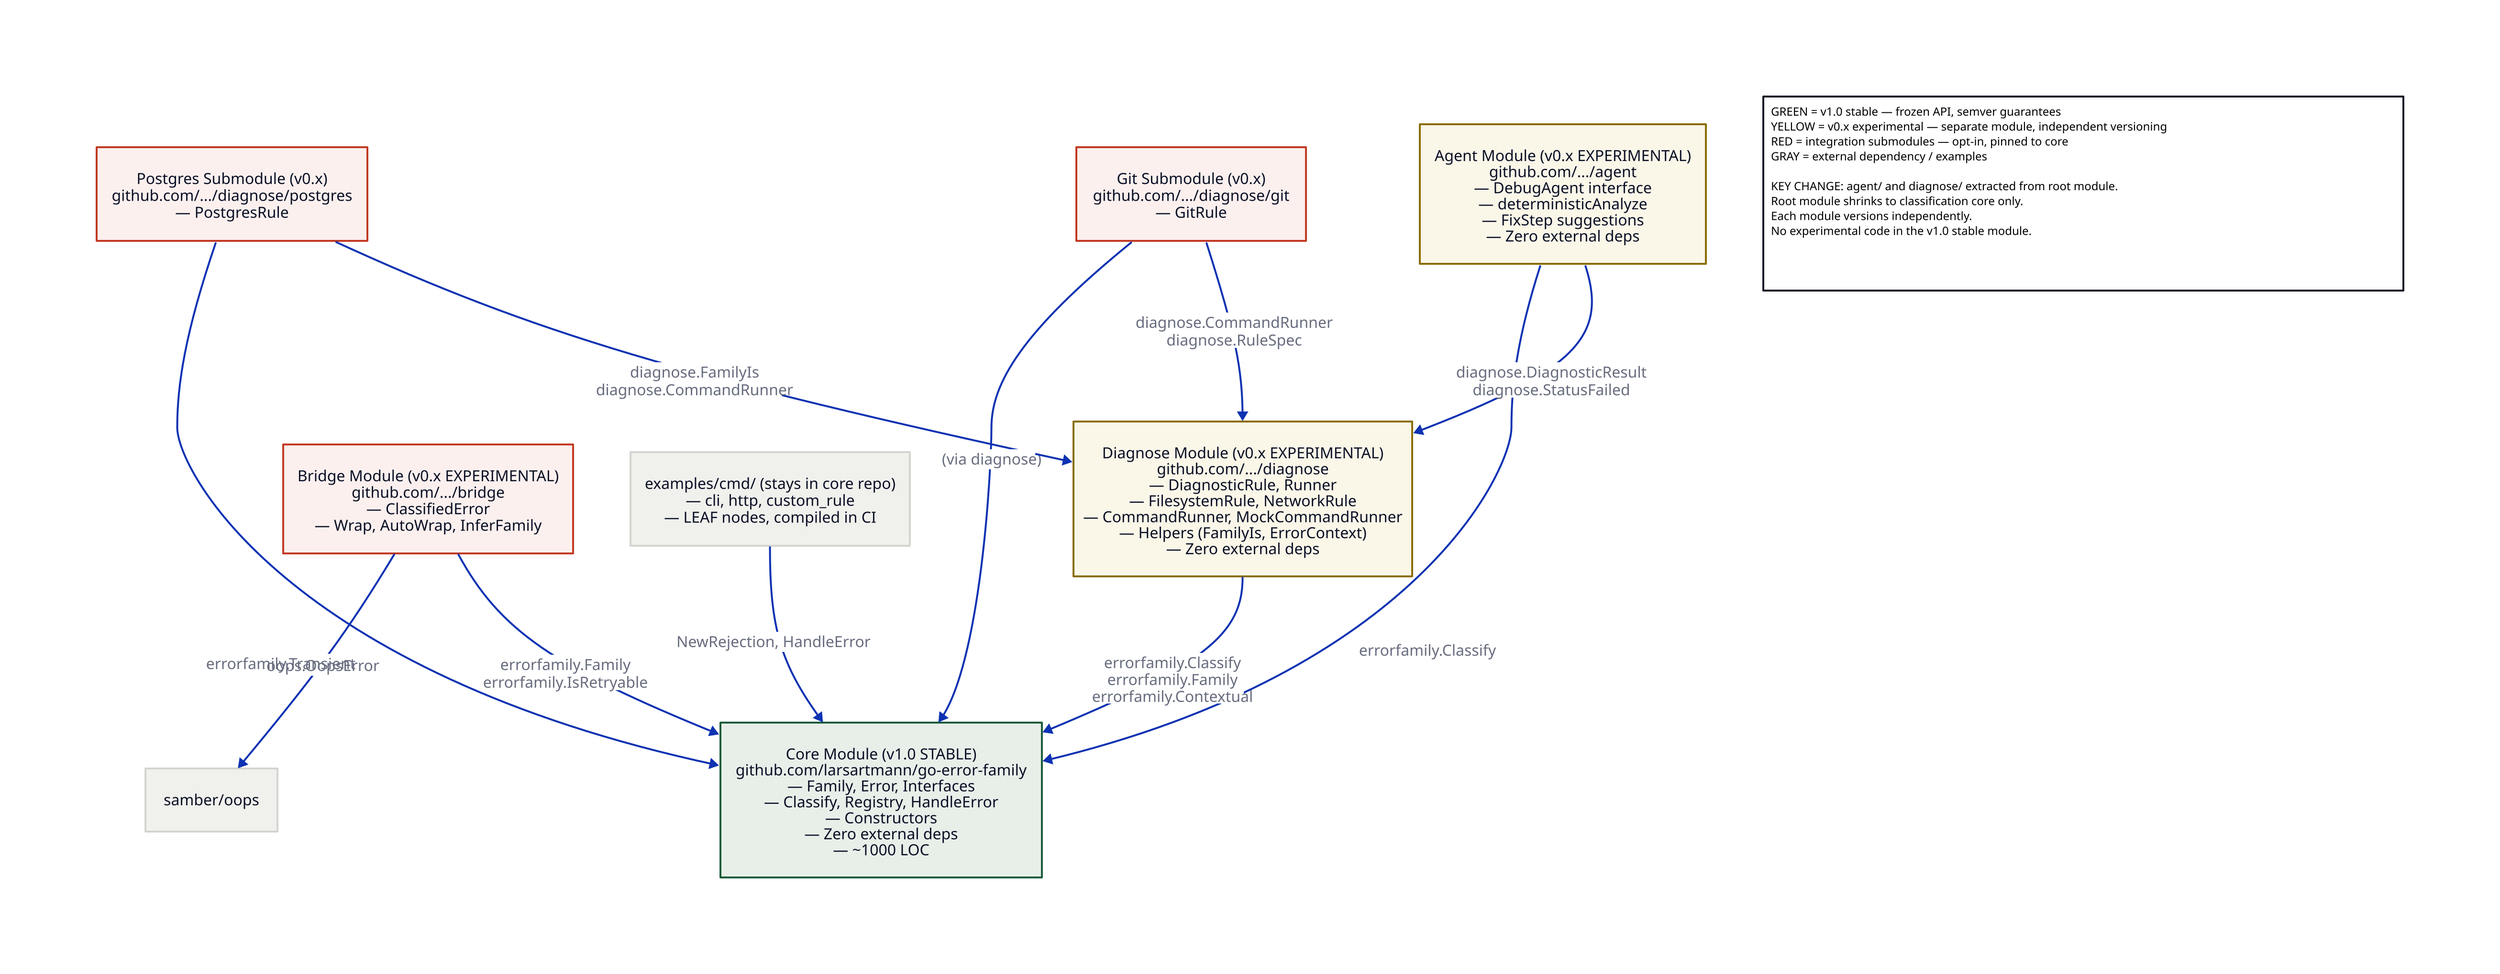
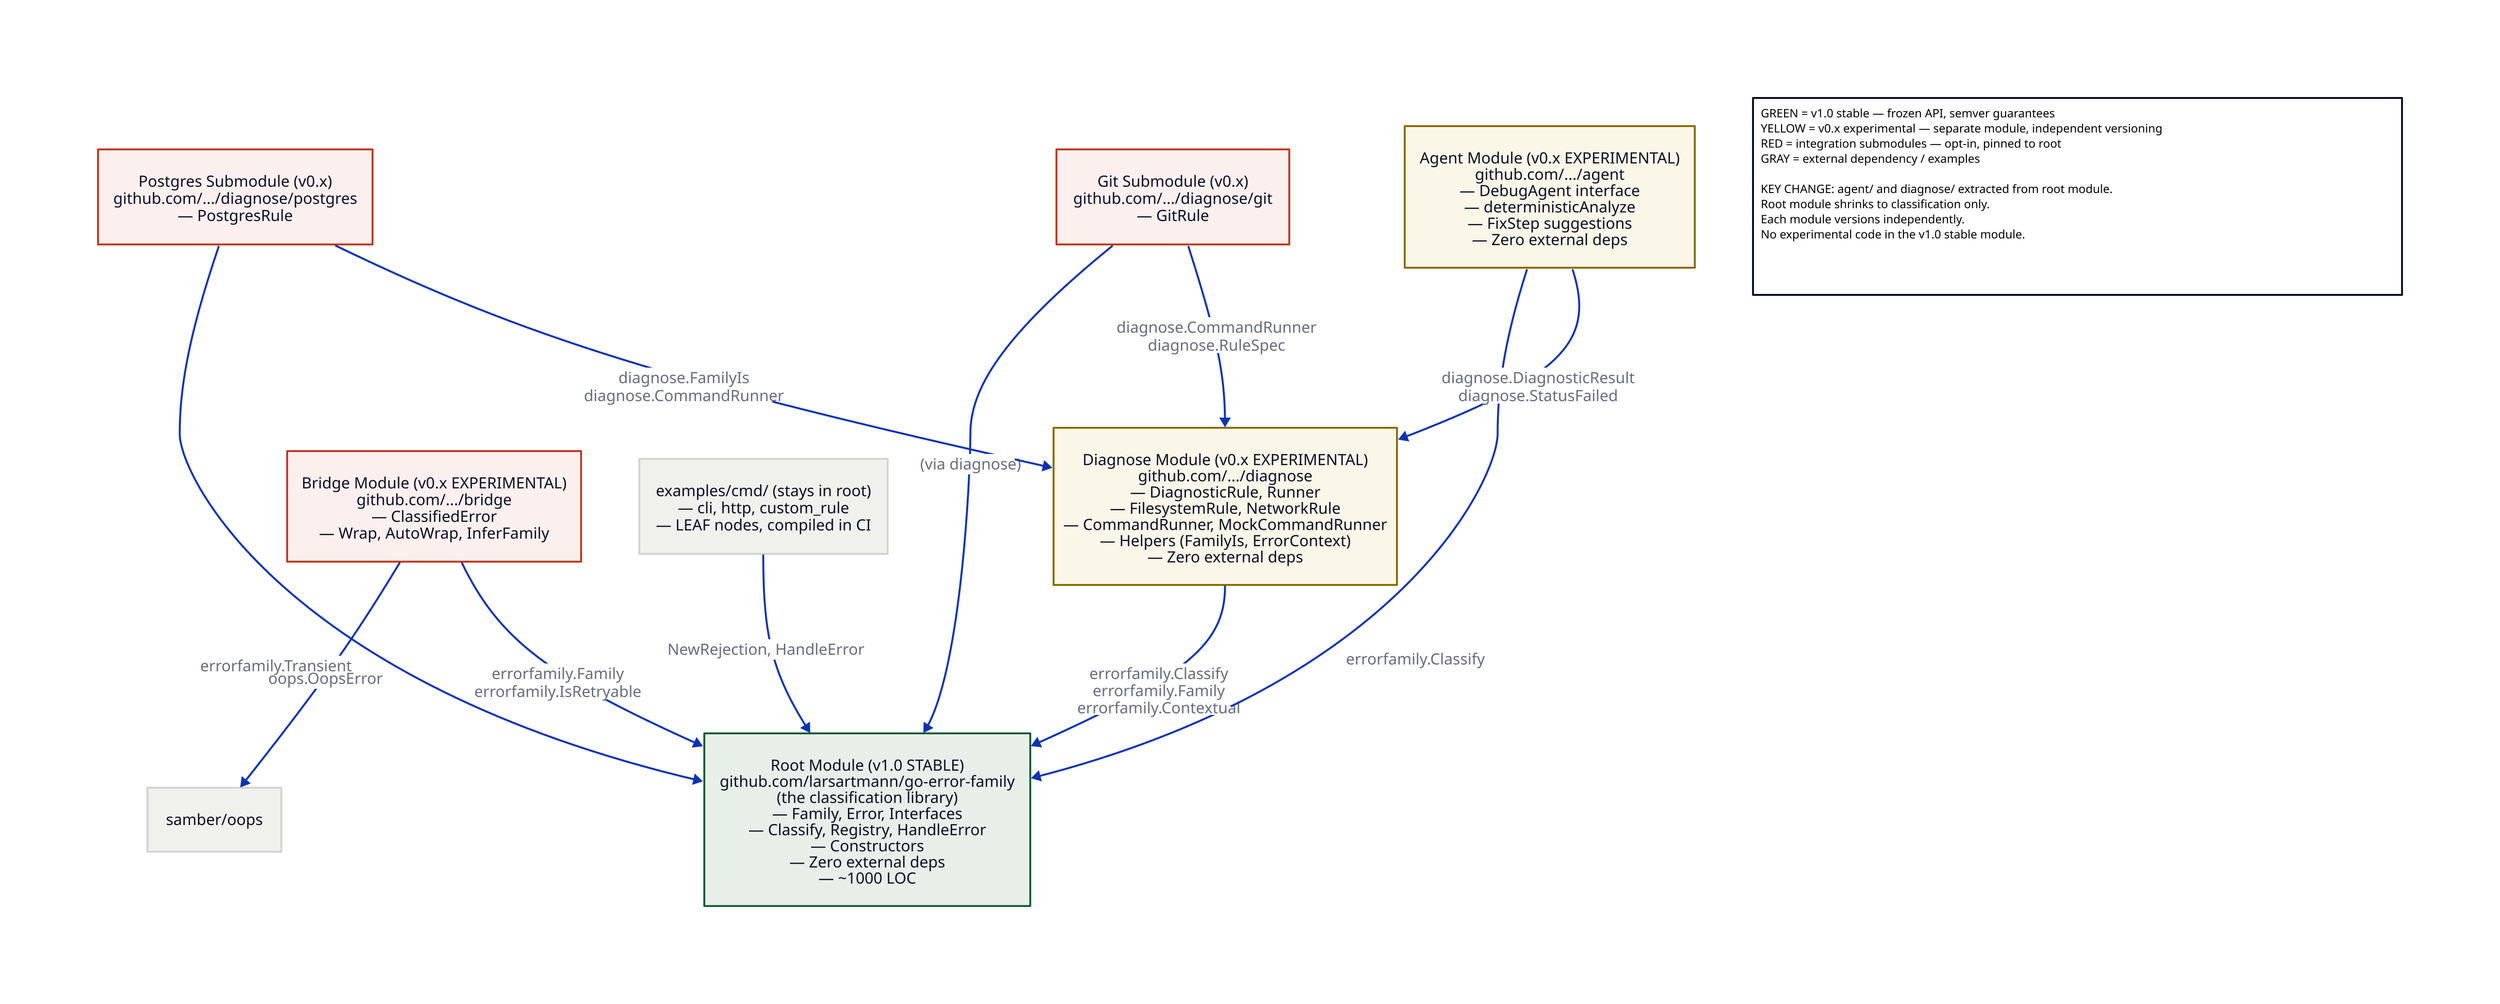
direction: down

# ─── IDEAL ARCHITECTURE (v1.0 target) ───

- core_mod: "Core Module (v1.0 STABLE)\ngithub.com/larsartmann/go-error-family\n— Family, Error, Interfaces\n— Classify, Registry, HandleError\n— Constructors\n— Zero external deps\n— ~1000 LOC" {
+ root_mod: "Root Module (v1.0 STABLE)\ngithub.com/larsartmann/go-error-family\n(the classification library)\n— Family, Error, Interfaces\n— Classify, Registry, HandleError\n— Constructors\n— Zero external deps\n— ~1000 LOC" {
  style.fill: "#e8efe9"
  style.stroke: "#1a5c3a"
  style.stroke-width: 2
}

diagnose_mod: "Diagnose Module (v0.x EXPERIMENTAL)\ngithub.com/.../diagnose\n— DiagnosticRule, Runner\n— FilesystemRule, NetworkRule\n— CommandRunner, MockCommandRunner\n— Helpers (FamilyIs, ErrorContext)\n— Zero external deps" {
  style.fill: "#faf6e8"
  style.stroke: "#8a6d00"
}

agent_mod: "Agent Module (v0.x EXPERIMENTAL)\ngithub.com/.../agent\n— DebugAgent interface\n— deterministicAnalyze\n— FixStep suggestions\n— Zero external deps" {
  style.fill: "#faf6e8"
  style.stroke: "#8a6d00"
}

bridge_mod: "Bridge Module (v0.x EXPERIMENTAL)\ngithub.com/.../bridge\n— ClassifiedError\n— Wrap, AutoWrap, InferFamily" {
  style.fill: "#fbf0ee"
  style.stroke: "#c23a22"
}

git_mod: "Git Submodule (v0.x)\ngithub.com/.../diagnose/git\n— GitRule" {
  style.fill: "#fbf0ee"
  style.stroke: "#c23a22"
}

pg_mod: "Postgres Submodule (v0.x)\ngithub.com/.../diagnose/postgres\n— PostgresRule" {
  style.fill: "#fbf0ee"
  style.stroke: "#c23a22"
}

- examples: "examples/cmd/ (stays in core repo)\n— cli, http, custom_rule\n— LEAF nodes, compiled in CI" {
+ examples: "examples/cmd/ (stays in root)\n— cli, http, custom_rule\n— LEAF nodes, compiled in CI" {
  style.fill: "#f0f0ec"
  style.stroke: "#d4d4d0"
}

# ─── DEPENDENCY EDGES (clean DAG) ───
- diagnose_mod -> core_mod: "errorfamily.Classify\nerrorfamily.Family\nerrorfamily.Contextual"
+ diagnose_mod -> root_mod: "errorfamily.Classify\nerrorfamily.Family\nerrorfamily.Contextual"
agent_mod -> diagnose_mod: "diagnose.DiagnosticResult\ndiagnose.StatusFailed"
- agent_mod -> core_mod: "errorfamily.Classify"
- bridge_mod -> core_mod: "errorfamily.Family\nerrorfamily.IsRetryable"
+ agent_mod -> root_mod: "errorfamily.Classify"
+ bridge_mod -> root_mod: "errorfamily.Family\nerrorfamily.IsRetryable"
git_mod -> diagnose_mod: "diagnose.CommandRunner\ndiagnose.RuleSpec"
- git_mod -> core_mod: "(via diagnose)"
+ git_mod -> root_mod: "(via diagnose)"
pg_mod -> diagnose_mod: "diagnose.FamilyIs\ndiagnose.CommandRunner"
- pg_mod -> core_mod: "errorfamily.Transient"
- examples -> core_mod: "NewRejection, HandleError"
+ pg_mod -> root_mod: "errorfamily.Transient"
+ examples -> root_mod: "NewRejection, HandleError"

external_oops: "samber/oops" {
  style.fill: "#f0f0ec"
  style.stroke: "#d4d4d0"
}
bridge_mod -> external_oops: "oops.OopsError"

legend: |label
  GREEN = v1.0 stable — frozen API, semver guarantees
  YELLOW = v0.x experimental — separate module, independent versioning
-   RED = integration submodules — opt-in, pinned to core
+   RED = integration submodules — opt-in, pinned to root
  GRAY = external dependency / examples

  KEY CHANGE: agent/ and diagnose/ extracted from root module.
-   Root module shrinks to classification core only.
+   Root module shrinks to classification only.
  Each module versions independently.
  No experimental code in the v1.0 stable module.
|
